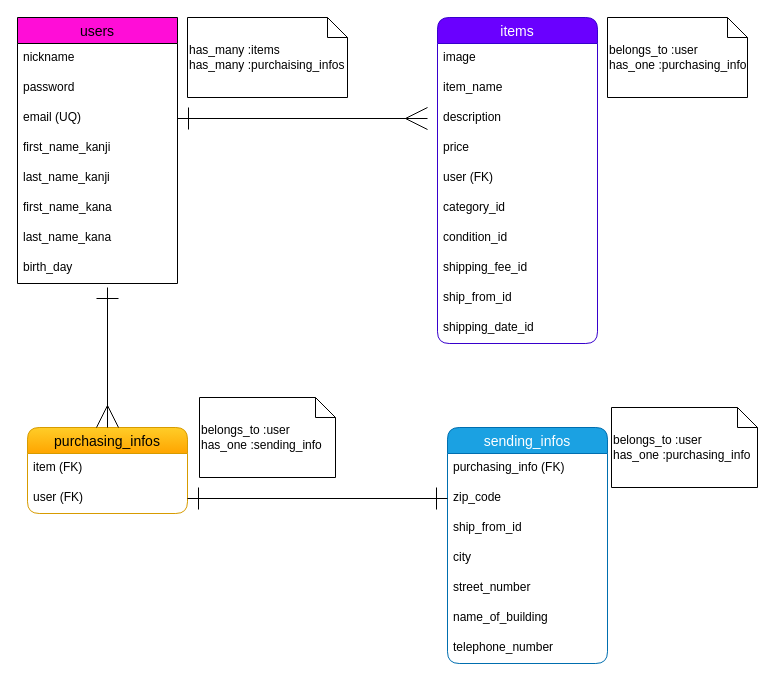
This is page "ページ1" (1 of 2) of test.dio from mochiyama/furima-39655, a draw.io file, before an edit. Source tidied: cells renumbered, new cells numbered last; positions are measured from the earlier drawing's top-left corner, leaving out a move shared by most shapes. Both pictures are drawn from the tidied source at 100%, with x=0, y=0 at pixel (17, 17).
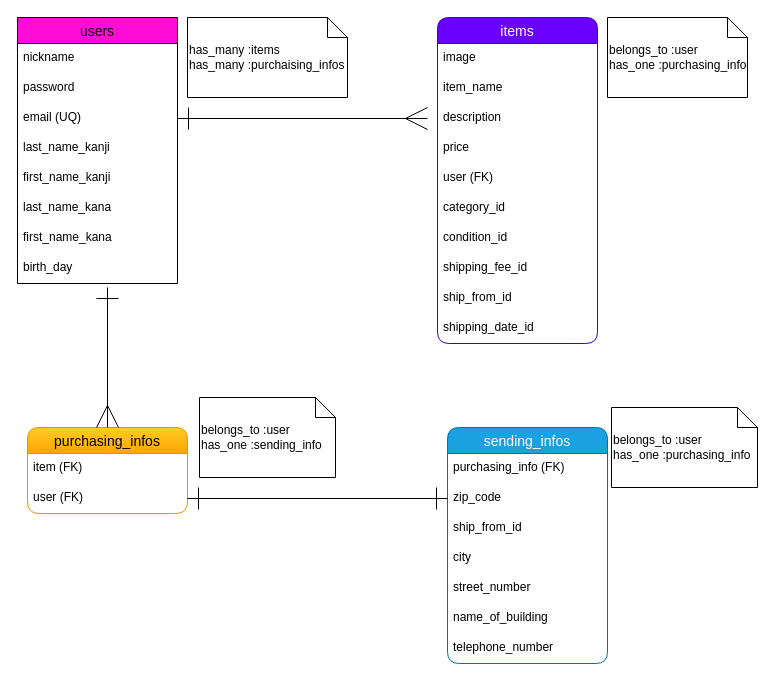
After the change.

The change refers to these unchanged cells:
```xml
<mxCell id="31" value="users" style="swimlane;fontStyle=0;horizontal=1;startSize=26;align=center;fontSize=14;fillColor=#FF0DD7;" parent="1" vertex="1">
  <mxGeometry width="160" height="266" as="geometry" />
</mxCell>
```

What changed in the source:
```diff
@@
-    <mxCell id="35" value="first_name_kanji" style="text;strokeColor=none;fillColor=none;spacingLeft=4;spacingRight=4;overflow=hidden;fontSize=12;" parent="31" vertex="1">
+    <mxCell id="35" value="last_name_kanji" style="text;strokeColor=none;fillColor=none;spacingLeft=4;spacingRight=4;overflow=hidden;fontSize=12;" parent="31" vertex="1">
       <mxGeometry y="116" width="160" height="30" as="geometry" />
     </mxCell>
-    <mxCell id="36" value="last_name_kanji" style="text;strokeColor=none;fillColor=none;spacingLeft=4;spacingRight=4;overflow=hidden;fontSize=12;" parent="31" vertex="1">
+    <mxCell id="36" value="first_name_kanji" style="text;strokeColor=none;fillColor=none;spacingLeft=4;spacingRight=4;overflow=hidden;fontSize=12;" parent="31" vertex="1">
       <mxGeometry y="146" width="160" height="30" as="geometry" />
     </mxCell>
-    <mxCell id="37" value="first_name_kana" style="text;strokeColor=none;fillColor=none;spacingLeft=4;spacingRight=4;overflow=hidden;fontSize=12;" parent="31" vertex="1">
+    <mxCell id="37" value="last_name_kana" style="text;strokeColor=none;fillColor=none;spacingLeft=4;spacingRight=4;overflow=hidden;fontSize=12;" parent="31" vertex="1">
       <mxGeometry y="176" width="160" height="30" as="geometry" />
     </mxCell>
-    <mxCell id="38" value="last_name_kana" style="text;strokeColor=none;fillColor=none;spacingLeft=4;spacingRight=4;overflow=hidden;fontSize=12;" parent="31" vertex="1">
+    <mxCell id="38" value="first_name_kana" style="text;strokeColor=none;fillColor=none;spacingLeft=4;spacingRight=4;overflow=hidden;fontSize=12;" parent="31" vertex="1">
       <mxGeometry y="206" width="160" height="30" as="geometry" />
     </mxCell>
```
